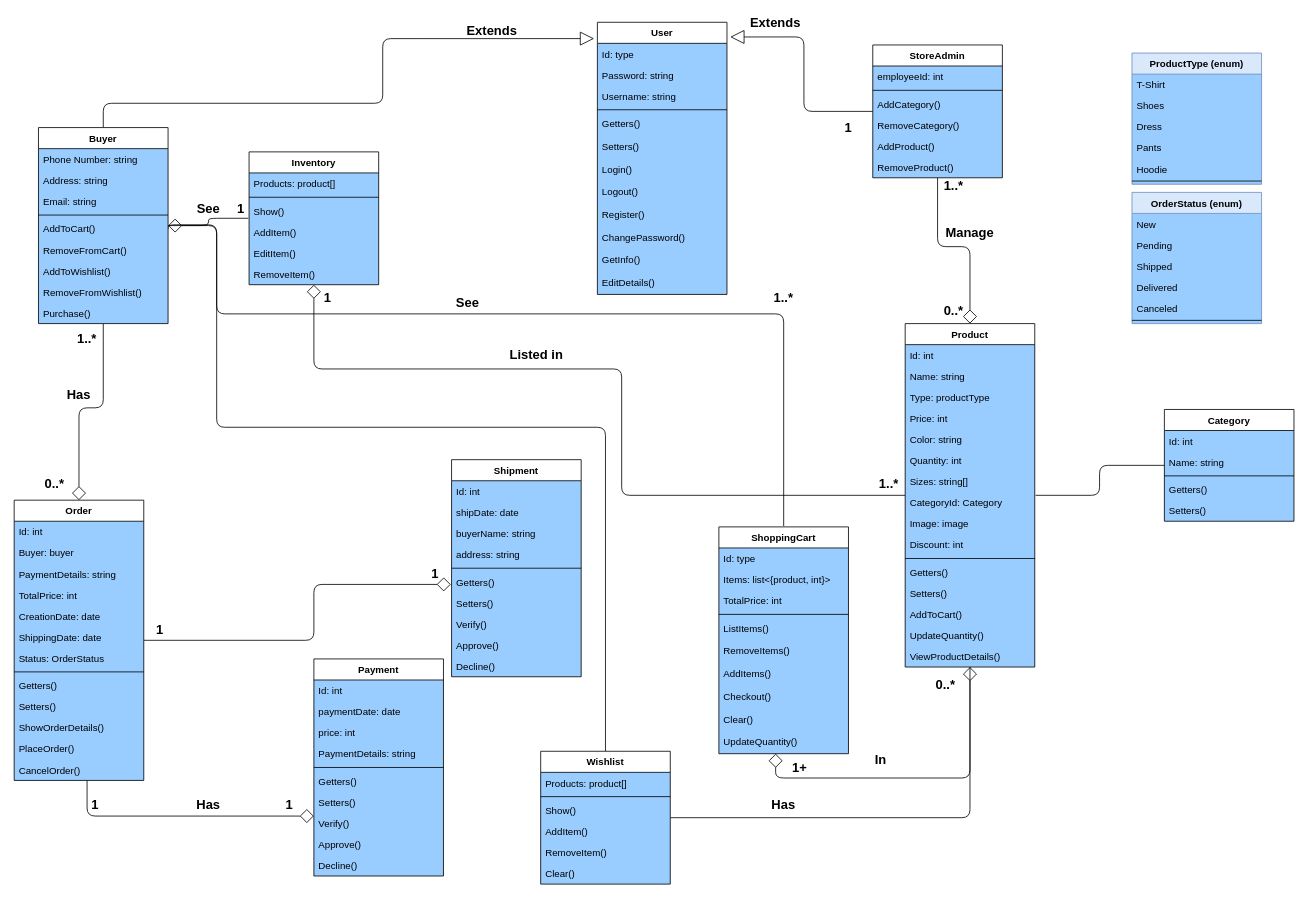
Above: docs/ClassDiagram.drawio in kokolight/EuroleagueAnalysis (draw.io), before the change. Source tidied: cells renumbered, new cells numbered last; positions are measured from the earlier drawing's top-left corner, leaving out a move shared by most shapes. Both pictures are drawn from the tidied source at 81%, with x=0, y=0 at pixel (14, 14).
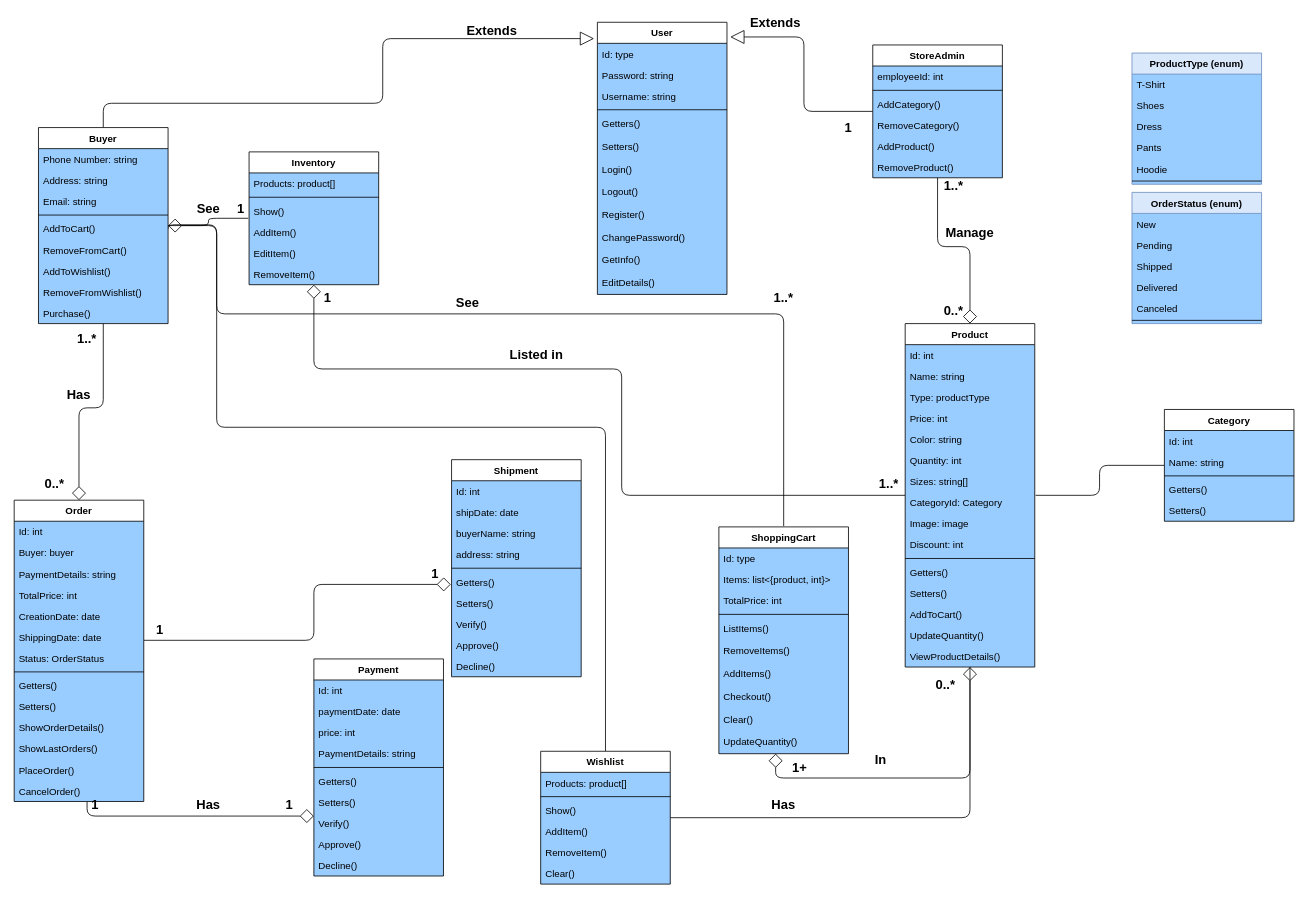
After the change.

What changed in the source:
```diff
@@
     <mxCell id="72" value="Order" style="swimlane;fontStyle=1;align=center;verticalAlign=top;horizontal=1;startSize=26;fontSize=12;swimlaneFillColor=#99CCFF;" parent="1" vertex="1">
-      <mxGeometry y="600" width="160" height="346" as="geometry" />
+      <mxGeometry y="600" width="160" height="372" as="geometry" />
     </mxCell>
@@
+    <mxCell id="168" value="ShowLastOrders()" style="text;align=left;verticalAlign=top;spacingLeft=4;spacingRight=4;overflow=hidden;" parent="72" vertex="1">
+      <mxGeometry y="294" width="160" height="26" as="geometry" />
+    </mxCell>
     <mxCell id="84" value="PlaceOrder()" style="text;align=left;verticalAlign=top;spacingLeft=4;spacingRight=4;overflow=hidden;" parent="72" vertex="1">
-      <mxGeometry y="294" width="160" height="26" as="geometry" />
+      <mxGeometry y="320" width="160" height="26" as="geometry" />
     </mxCell>
     <mxCell id="85" value="CancelOrder()" style="text;align=left;verticalAlign=top;spacingLeft=4;spacingRight=4;overflow=hidden;" parent="72" vertex="1">
-      <mxGeometry y="320" width="160" height="26" as="geometry" />
+      <mxGeometry y="346" width="160" height="26" as="geometry" />
     </mxCell>
```
